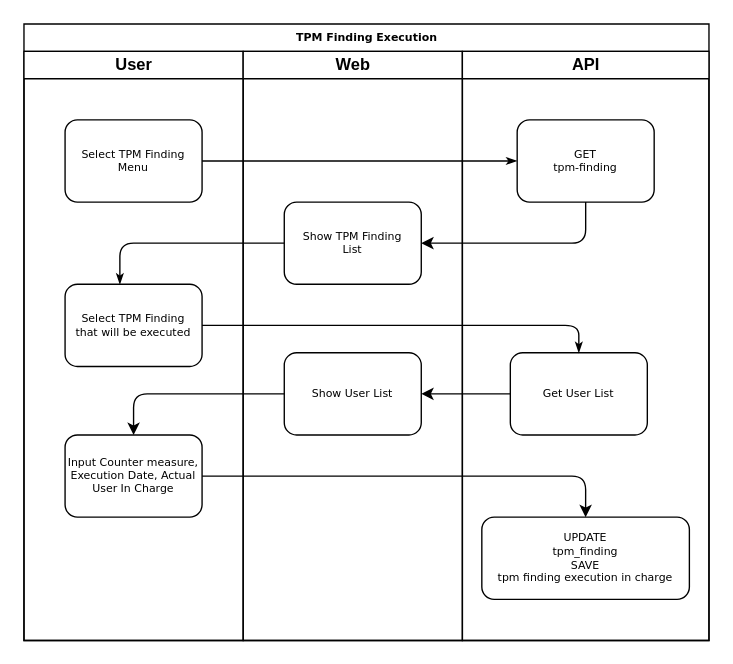
Before: page "TPM Finding Execution" (15 of 17) of ERD/TPM System Flow.drawio in alqaj/diagrams, a draw.io diagram. Source tidied: cells renumbered, new cells numbered last; positions are measured from the earlier drawing's top-left corner, leaving out a move shared by most shapes. Both pictures are drawn from the tidied source at 137%, with x=0, y=0 at pixel (23, 23).
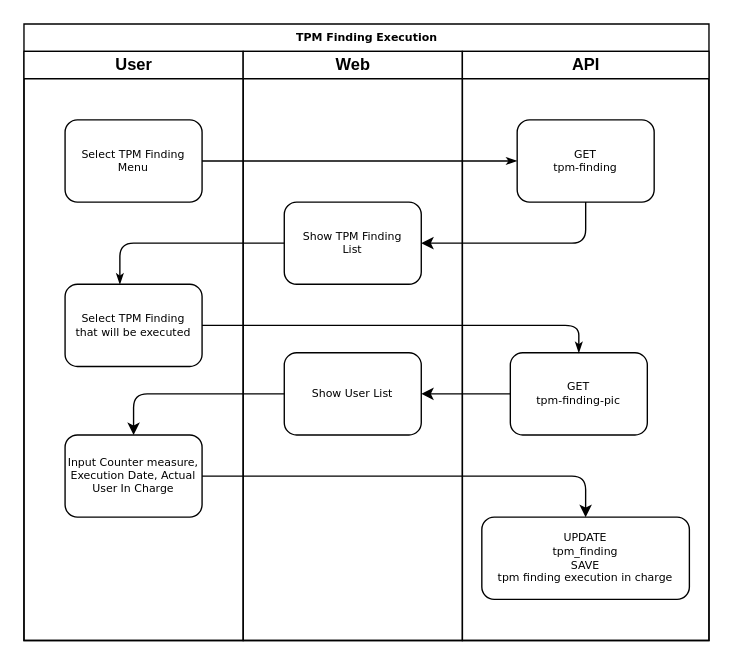
Above is the later version.

The change refers to these unchanged cells:
```xml
<mxCell id="12" value="API" style="swimlane;html=1;startSize=20;" parent="2" vertex="1">
  <mxGeometry x="320" y="20" width="180" height="430" as="geometry" />
</mxCell>
```

What changed in the source:
```diff
@@
-    <mxCell id="13" value="Get User List" style="rounded=1;whiteSpace=wrap;html=1;shadow=0;labelBackgroundColor=none;strokeWidth=1;fontFamily=Verdana;fontSize=8;align=center;" parent="12" vertex="1">
+    <mxCell id="13" value="GET&lt;br&gt;tpm-finding-pic" style="rounded=1;whiteSpace=wrap;html=1;shadow=0;labelBackgroundColor=none;strokeWidth=1;fontFamily=Verdana;fontSize=8;align=center;" parent="12" vertex="1">
       <mxGeometry x="35" y="220" width="100" height="60" as="geometry" />
     </mxCell>
```
